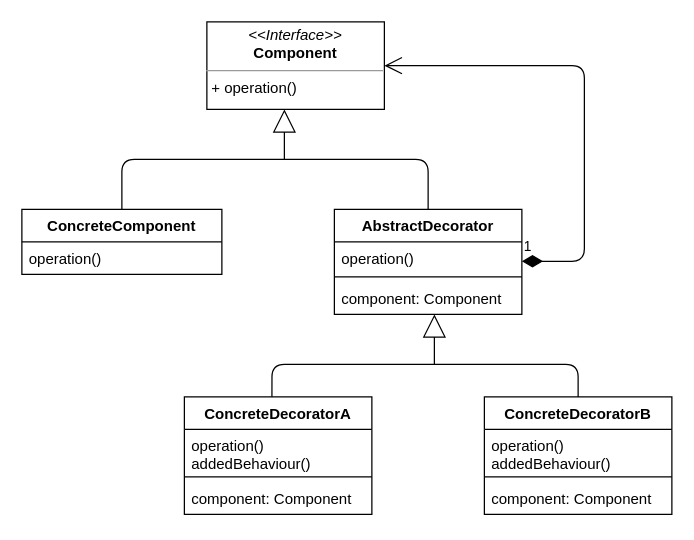
Above: decorator/tickets/decorator.drawio in mwatrak1/design-patterns (draw.io), before the change. Source tidied: cells renumbered, new cells numbered last; positions are measured from the earlier drawing's top-left corner, leaving out a move shared by most shapes. Both pictures are drawn from the tidied source at 125%, with x=0, y=0 at pixel (21, 21).
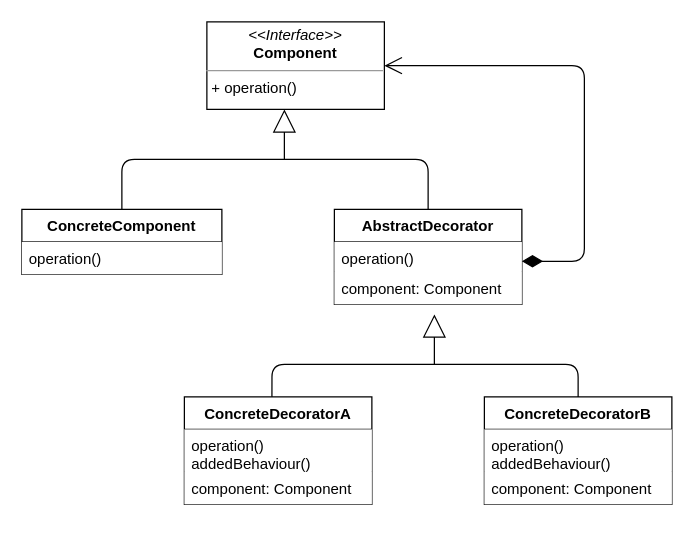
Above is the later version.

Commit message (it also covers changes not shown here):
docorator diagram update

Unchanged cells that the change refers to:
```xml
<mxCell id="2" value="ConcreteComponent" style="swimlane;fontStyle=1;align=center;verticalAlign=top;horizontal=1;startSize=26;" parent="1" vertex="1">
  <mxGeometry y="150" width="160" height="52" as="geometry" />
</mxCell>
<mxCell id="8" value="&lt;p style=&quot;margin: 0px ; margin-top: 4px ; text-align: center&quot;&gt;&lt;i&gt;&amp;lt;&amp;lt;Interface&amp;gt;&amp;gt;&lt;/i&gt;&lt;br&gt;&lt;b&gt;Component&lt;/b&gt;&lt;/p&gt;&lt;hr size=&quot;1&quot;&gt;&lt;p style=&quot;margin: 0px ; margin-left: 4px&quot;&gt;+ operation()&lt;br&gt;&lt;/p&gt;" style="verticalAlign=top;align=left;overflow=fill;fontSize=12;fontFamily=Helvetica;html=1;" parent="1" vertex="1">
  <mxGeometry x="148" width="142" height="70" as="geometry" />
</mxCell>
```

The edit, as a diff of the source:
```diff
@@
-    <mxCell id="3" value="operation()" style="text;strokeColor=none;fillColor=none;align=left;verticalAlign=top;spacingLeft=4;spacingRight=4;overflow=hidden;" parent="2" vertex="1">
+    <mxCell id="3" value="operation()" style="text;align=left;verticalAlign=top;spacingLeft=4;spacingRight=4;overflow=hidden;fillColor=#ffffff;" parent="2" vertex="1">
       <mxGeometry y="26" width="160" height="26" as="geometry" />
     </mxCell>
     <mxCell id="4" value="AbstractDecorator" style="swimlane;fontStyle=1;align=center;verticalAlign=top;horizontal=1;startSize=26;" parent="1" vertex="1">
-      <mxGeometry x="250" y="150" width="150" height="84" as="geometry" />
+      <mxGeometry x="250" y="150" width="150" height="76" as="geometry" />
     </mxCell>
-    <mxCell id="5" value="operation()" style="text;strokeColor=none;fillColor=none;align=left;verticalAlign=top;spacingLeft=4;spacingRight=4;overflow=hidden;" parent="4" vertex="1">
+    <mxCell id="5" value="operation()" style="text;align=left;verticalAlign=top;spacingLeft=4;spacingRight=4;overflow=hidden;fillColor=#ffffff;" parent="4" vertex="1">
       <mxGeometry y="26" width="150" height="24" as="geometry" />
     </mxCell>
-    <mxCell id="6" style="line;strokeWidth=1;fillColor=none;align=left;verticalAlign=middle;spacingTop=-1;spacingLeft=3;spacingRight=3;labelPosition=right;" parent="4" vertex="1">
-      <mxGeometry y="50" width="150" height="8" as="geometry" />
-    </mxCell>
-    <mxCell id="7" value="component: Component" style="text;strokeColor=none;fillColor=none;align=left;verticalAlign=top;spacingLeft=4;spacingRight=4;overflow=hidden;" parent="4" vertex="1">
-      <mxGeometry y="58" width="150" height="26" as="geometry" />
+    <mxCell id="7" value="component: Component" style="text;strokeColor=none;align=left;verticalAlign=top;spacingLeft=4;spacingRight=4;overflow=hidden;fillColor=#ffffff;" parent="4" vertex="1">
+      <mxGeometry y="50" width="150" height="26" as="geometry" />
     </mxCell>
@@
     <mxCell id="9" value="ConcreteDecoratorB" style="swimlane;fontStyle=1;align=center;verticalAlign=top;horizontal=1;startSize=26;" parent="1" vertex="1">
-      <mxGeometry x="370" y="300" width="150" height="94" as="geometry" />
+      <mxGeometry x="370" y="300" width="150" height="86" as="geometry" />
     </mxCell>
-    <mxCell id="10" value="operation()&#10;addedBehaviour()" style="text;strokeColor=none;fillColor=none;align=left;verticalAlign=top;spacingLeft=4;spacingRight=4;overflow=hidden;" parent="9" vertex="1">
+    <mxCell id="10" value="operation()&#10;addedBehaviour()" style="text;strokeColor=none;align=left;verticalAlign=top;spacingLeft=4;spacingRight=4;overflow=hidden;fillColor=#ffffff;" parent="9" vertex="1">
       <mxGeometry y="26" width="150" height="34" as="geometry" />
     </mxCell>
-    <mxCell id="11" style="line;strokeWidth=1;fillColor=none;align=left;verticalAlign=middle;spacingTop=-1;spacingLeft=3;spacingRight=3;labelPosition=right;" parent="9" vertex="1">
-      <mxGeometry y="60" width="150" height="8" as="geometry" />
-    </mxCell>
-    <mxCell id="12" value="component: Component" style="text;strokeColor=none;fillColor=none;align=left;verticalAlign=top;spacingLeft=4;spacingRight=4;overflow=hidden;" parent="9" vertex="1">
-      <mxGeometry y="68" width="150" height="26" as="geometry" />
+    <mxCell id="12" value="component: Component" style="text;strokeColor=none;align=left;verticalAlign=top;spacingLeft=4;spacingRight=4;overflow=hidden;fillColor=#ffffff;" parent="9" vertex="1">
+      <mxGeometry y="60" width="150" height="26" as="geometry" />
     </mxCell>
     <mxCell id="13" value="ConcreteDecoratorA" style="swimlane;fontStyle=1;align=center;verticalAlign=top;horizontal=1;startSize=26;" parent="1" vertex="1">
-      <mxGeometry x="130" y="300" width="150" height="94" as="geometry" />
+      <mxGeometry x="130" y="300" width="150" height="86" as="geometry" />
     </mxCell>
-    <mxCell id="14" value="operation()&#10;addedBehaviour()" style="text;strokeColor=none;fillColor=none;align=left;verticalAlign=top;spacingLeft=4;spacingRight=4;overflow=hidden;" parent="13" vertex="1">
+    <mxCell id="14" value="operation()&#10;addedBehaviour()" style="text;strokeColor=none;align=left;verticalAlign=top;spacingLeft=4;spacingRight=4;overflow=hidden;fillColor=#ffffff;" parent="13" vertex="1">
       <mxGeometry y="26" width="150" height="34" as="geometry" />
     </mxCell>
-    <mxCell id="15" style="line;strokeWidth=1;fillColor=none;align=left;verticalAlign=middle;spacingTop=-1;spacingLeft=3;spacingRight=3;labelPosition=right;" parent="13" vertex="1">
-      <mxGeometry y="60" width="150" height="8" as="geometry" />
-    </mxCell>
-    <mxCell id="16" value="component: Component" style="text;strokeColor=none;fillColor=none;align=left;verticalAlign=top;spacingLeft=4;spacingRight=4;overflow=hidden;" parent="13" vertex="1">
-      <mxGeometry y="68" width="150" height="26" as="geometry" />
+    <mxCell id="16" value="component: Component" style="text;strokeColor=none;align=left;verticalAlign=top;spacingLeft=4;spacingRight=4;overflow=hidden;fillColor=#ffffff;" parent="13" vertex="1">
+      <mxGeometry y="60" width="150" height="26" as="geometry" />
     </mxCell>
@@
-    <mxCell id="21" value="1" style="endArrow=open;html=1;endSize=12;startArrow=diamondThin;startSize=14;startFill=1;edgeStyle=orthogonalEdgeStyle;align=left;verticalAlign=bottom;entryX=1;entryY=0.5;entryDx=0;entryDy=0;" parent="1" edge="1" target="8">
+    <mxCell id="21" style="endArrow=open;html=1;endSize=12;startArrow=diamondThin;startSize=14;startFill=1;edgeStyle=orthogonalEdgeStyle;align=left;verticalAlign=bottom;entryX=1;entryY=0.5;entryDx=0;entryDy=0;" parent="1" edge="1" target="8">
       <mxGeometry x="-1" y="3" relative="1" as="geometry">
         <mxPoint x="400" y="191.5" as="sourcePoint" />
         <Array as="points">
           <mxPoint x="450" y="192" />
           <mxPoint x="450" y="35" />
         </Array>
       </mxGeometry>
     </mxCell>
```
